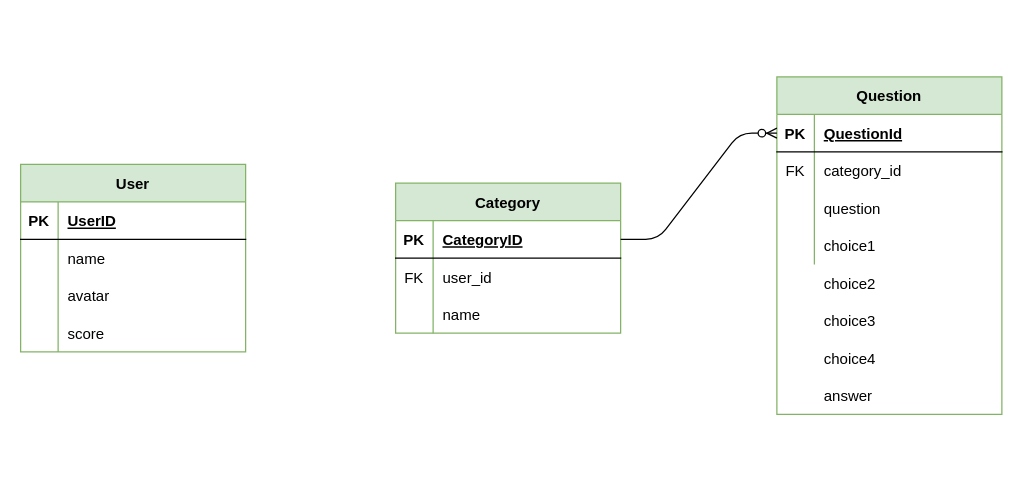
fentybit/KnowItAll_backend keeps this draw.io diagram as erd.drawio. Above is the earlier version. Source tidied: cells renumbered, new cells numbered last; positions are measured from the earlier drawing's top-left corner, leaving out a move shared by most shapes. Both pictures are drawn from the tidied source at 125%, with x=0, y=0 at pixel (20, 76).
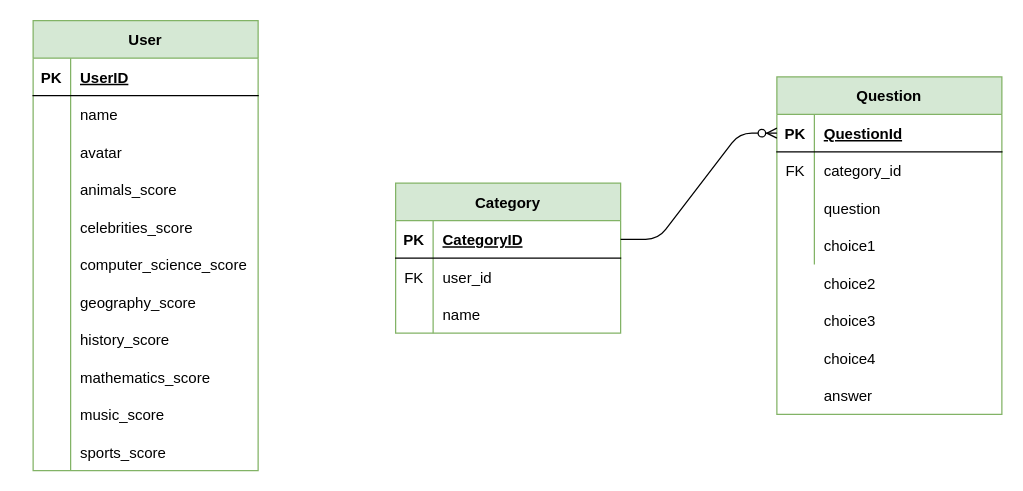
The same page after the edit.

Commit message (it also covers changes not shown here):
add namespace routes to config/routes.rb

Unchanged cells that the change refers to:
```xml
<mxCell id="12" style="shape=partialRectangle;fillColor=none;top=0;left=0;bottom=0;right=0;" parent="2" vertex="1">
  <mxGeometry y="120" width="180" height="30" as="geometry" />
</mxCell>
```

Change to the diagram source:
```diff
@@
     <mxCell id="2" value="User" style="shape=table;startSize=30;childLayout=tableLayout;rowLines=0;fontStyle=1;align=center;strokeColor=#82b366;fillColor=#d5e8d4;" parent="1" vertex="1">
-      <mxGeometry y="70" width="180" height="150" as="geometry" />
+      <mxGeometry x="10" y="-45" width="180" height="360" as="geometry" />
     </mxCell>
@@
-    <mxCell id="14" value="score" style="shape=partialRectangle;fillColor=none;top=0;left=0;bottom=0;right=0;align=left;spacingLeft=6;overflow=hidden;" parent="12" vertex="1">
+    <mxCell id="14" value="animals_score" style="shape=partialRectangle;fillColor=none;top=0;left=0;bottom=0;right=0;align=left;spacingLeft=6;overflow=hidden;" parent="12" vertex="1">
       <mxGeometry x="30" width="150" height="30" as="geometry" />
     </mxCell>
+    <mxCell id="43" style="shape=partialRectangle;fillColor=none;top=0;left=0;bottom=0;right=0;" parent="2" vertex="1">
+      <mxGeometry y="150" width="180" height="30" as="geometry" />
+    </mxCell>
+    <mxCell id="44" style="shape=partialRectangle;fillColor=none;top=0;left=0;bottom=0;right=0;overflow=hidden;" parent="43" vertex="1">
+      <mxGeometry width="30" height="30" as="geometry" />
+    </mxCell>
+    <mxCell id="45" value="celebrities_score" style="shape=partialRectangle;fillColor=none;top=0;left=0;bottom=0;right=0;align=left;spacingLeft=6;overflow=hidden;" parent="43" vertex="1">
+      <mxGeometry x="30" width="150" height="30" as="geometry" />
+    </mxCell>
+    <mxCell id="46" style="shape=partialRectangle;fillColor=none;top=0;left=0;bottom=0;right=0;" parent="2" vertex="1">
+      <mxGeometry y="180" width="180" height="30" as="geometry" />
+    </mxCell>
+    <mxCell id="47" style="shape=partialRectangle;fillColor=none;top=0;left=0;bottom=0;right=0;overflow=hidden;" parent="46" vertex="1">
+      <mxGeometry width="30" height="30" as="geometry" />
+    </mxCell>
+    <mxCell id="48" value="computer_science_score" style="shape=partialRectangle;fillColor=none;top=0;left=0;bottom=0;right=0;align=left;spacingLeft=6;overflow=hidden;" parent="46" vertex="1">
+      <mxGeometry x="30" width="150" height="30" as="geometry" />
+    </mxCell>
+    <mxCell id="49" style="shape=partialRectangle;fillColor=none;top=0;left=0;bottom=0;right=0;" parent="2" vertex="1">
+      <mxGeometry y="210" width="180" height="30" as="geometry" />
+    </mxCell>
+    <mxCell id="50" style="shape=partialRectangle;fillColor=none;top=0;left=0;bottom=0;right=0;overflow=hidden;" parent="49" vertex="1">
+      <mxGeometry width="30" height="30" as="geometry" />
+    </mxCell>
+    <mxCell id="51" value="geography_score" style="shape=partialRectangle;fillColor=none;top=0;left=0;bottom=0;right=0;align=left;spacingLeft=6;overflow=hidden;" parent="49" vertex="1">
+      <mxGeometry x="30" width="150" height="30" as="geometry" />
+    </mxCell>
+    <mxCell id="52" style="shape=partialRectangle;fillColor=none;top=0;left=0;bottom=0;right=0;" parent="2" vertex="1">
+      <mxGeometry y="240" width="180" height="30" as="geometry" />
+    </mxCell>
+    <mxCell id="53" style="shape=partialRectangle;fillColor=none;top=0;left=0;bottom=0;right=0;overflow=hidden;" parent="52" vertex="1">
+      <mxGeometry width="30" height="30" as="geometry" />
+    </mxCell>
+    <mxCell id="54" value="history_score" style="shape=partialRectangle;fillColor=none;top=0;left=0;bottom=0;right=0;align=left;spacingLeft=6;overflow=hidden;" parent="52" vertex="1">
+      <mxGeometry x="30" width="150" height="30" as="geometry" />
+    </mxCell>
+    <mxCell id="55" style="shape=partialRectangle;fillColor=none;top=0;left=0;bottom=0;right=0;" parent="2" vertex="1">
+      <mxGeometry y="270" width="180" height="30" as="geometry" />
+    </mxCell>
+    <mxCell id="56" style="shape=partialRectangle;fillColor=none;top=0;left=0;bottom=0;right=0;overflow=hidden;" parent="55" vertex="1">
+      <mxGeometry width="30" height="30" as="geometry" />
+    </mxCell>
+    <mxCell id="57" value="mathematics_score" style="shape=partialRectangle;fillColor=none;top=0;left=0;bottom=0;right=0;align=left;spacingLeft=6;overflow=hidden;" parent="55" vertex="1">
+      <mxGeometry x="30" width="150" height="30" as="geometry" />
+    </mxCell>
+    <mxCell id="58" style="shape=partialRectangle;fillColor=none;top=0;left=0;bottom=0;right=0;" parent="2" vertex="1">
+      <mxGeometry y="300" width="180" height="30" as="geometry" />
+    </mxCell>
+    <mxCell id="59" style="shape=partialRectangle;fillColor=none;top=0;left=0;bottom=0;right=0;overflow=hidden;" parent="58" vertex="1">
+      <mxGeometry width="30" height="30" as="geometry" />
+    </mxCell>
+    <mxCell id="60" value="music_score" style="shape=partialRectangle;fillColor=none;top=0;left=0;bottom=0;right=0;align=left;spacingLeft=6;overflow=hidden;" parent="58" vertex="1">
+      <mxGeometry x="30" width="150" height="30" as="geometry" />
+    </mxCell>
+    <mxCell id="61" style="shape=partialRectangle;fillColor=none;top=0;left=0;bottom=0;right=0;" parent="2" vertex="1">
+      <mxGeometry y="330" width="180" height="30" as="geometry" />
+    </mxCell>
+    <mxCell id="62" style="shape=partialRectangle;fillColor=none;top=0;left=0;bottom=0;right=0;overflow=hidden;" parent="61" vertex="1">
+      <mxGeometry width="30" height="30" as="geometry" />
+    </mxCell>
+    <mxCell id="63" value="sports_score" style="shape=partialRectangle;fillColor=none;top=0;left=0;bottom=0;right=0;align=left;spacingLeft=6;overflow=hidden;" parent="61" vertex="1">
+      <mxGeometry x="30" width="150" height="30" as="geometry" />
+    </mxCell>
```
